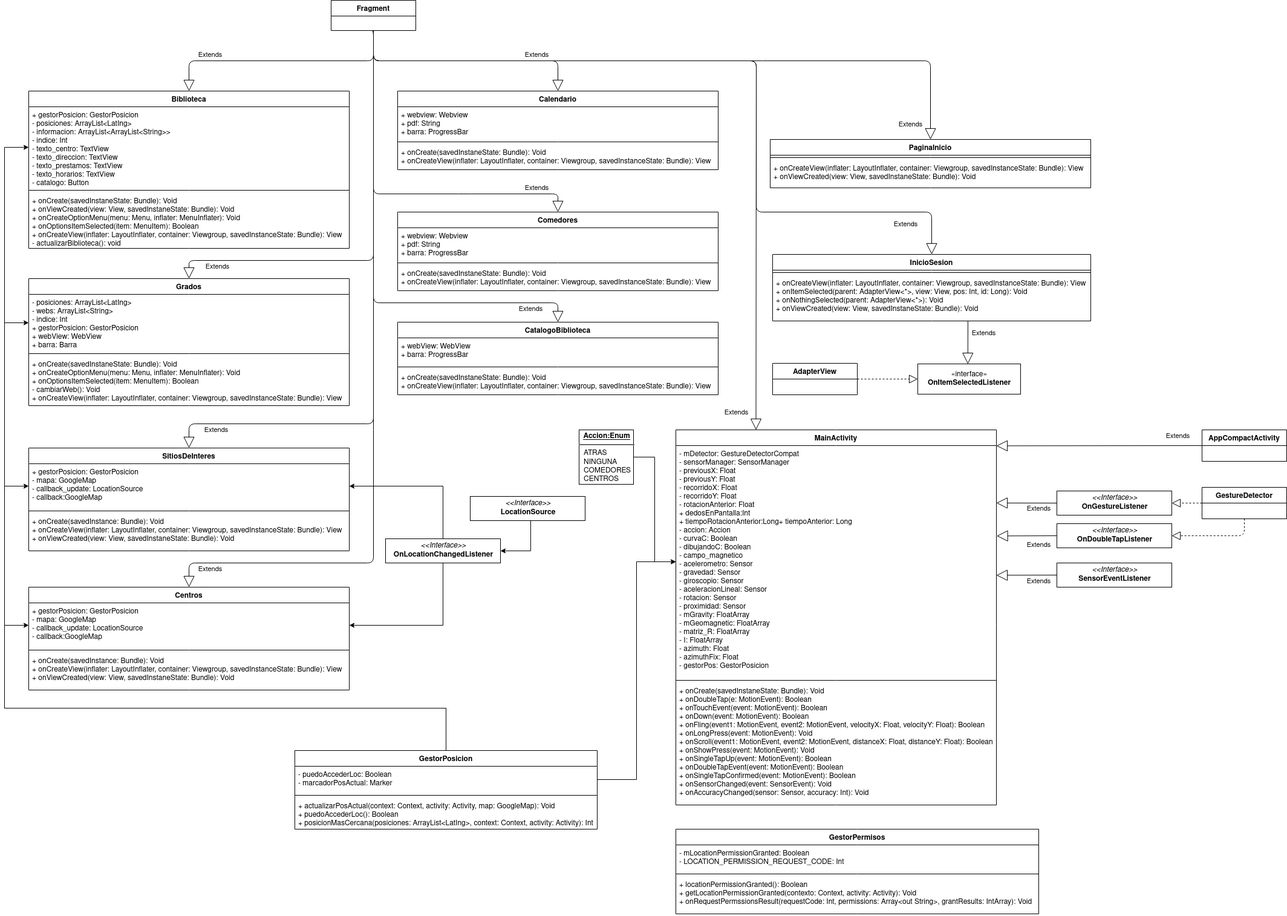
advy99/NPI keeps this draw.io diagram as memoria/images/GuiaEstudiantes.png. Above is the earlier version. Source tidied: cells renumbered, new cells last; positions are measured from the earlier drawing's top-left corner, leaving out a move shared by most shapes.
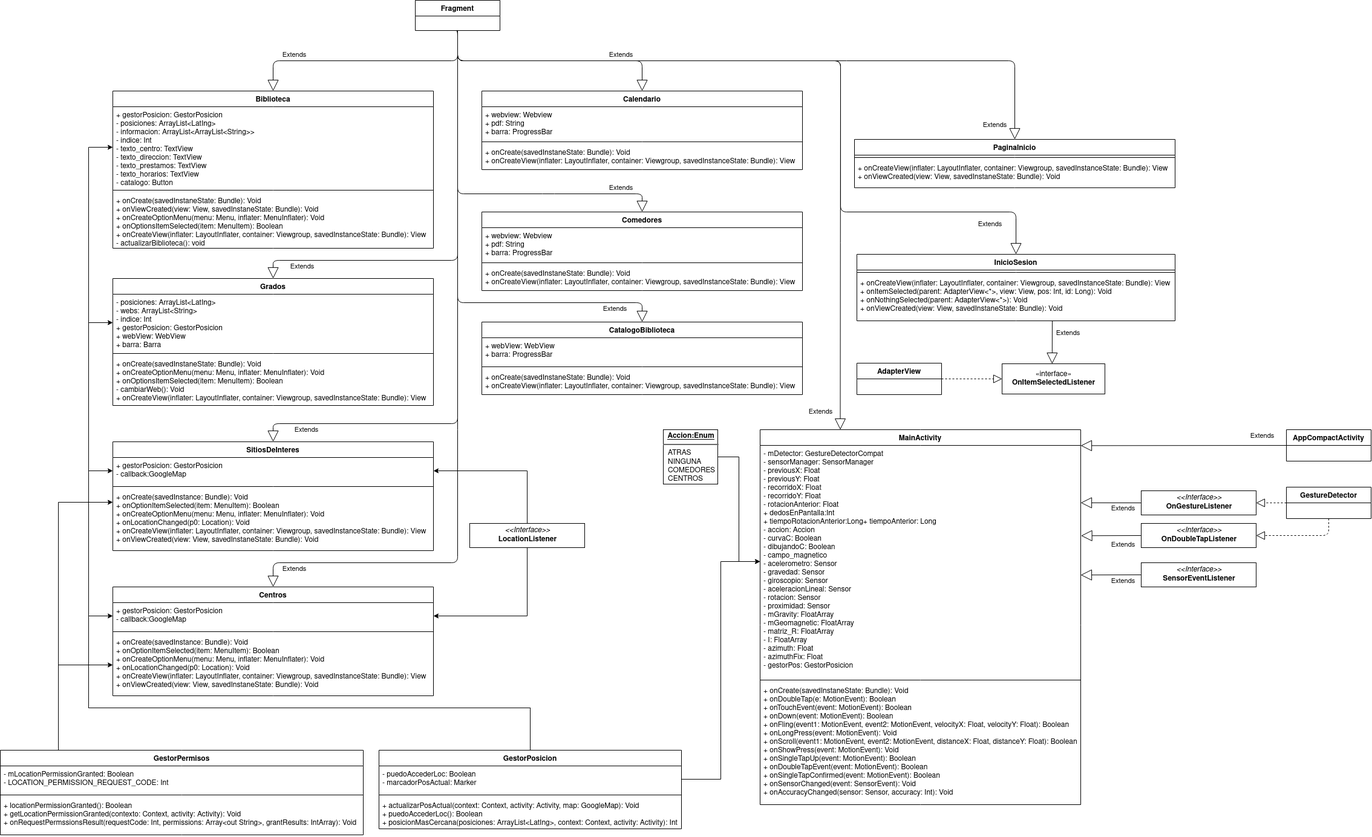
After the change.

Commit message:
Actualizado diagrama de clases

What changed in the source:
```diff
@@ -42,16 +42,16 @@
       <mxGeometry y="78" width="530" height="42" as="geometry" />
     </mxCell>
     <mxCell id="15" value="Centros" style="swimlane;fontStyle=1;align=center;verticalAlign=top;horizontal=1;startSize=26;" parent="1" vertex="1">
-      <mxGeometry x="40" y="970" width="530" height="170" as="geometry" />
+      <mxGeometry x="40" y="970" width="530" height="180" as="geometry" />
     </mxCell>
-    <mxCell id="16" value="+ gestorPosicion: GestorPosicion&#10;- mapa: GoogleMap&#10;- callback_update: LocationSource&#10;- callback:GoogleMap&#10;" style="text;strokeColor=none;fillColor=none;align=left;verticalAlign=top;spacingLeft=4;spacingRight=4;overflow=hidden;points=[[0,0.5],[1,0.5]];portConstraint=eastwest;" parent="15" vertex="1">
-      <mxGeometry y="26" width="530" height="74" as="geometry" />
+    <mxCell id="16" value="+ gestorPosicion: GestorPosicion&#10;- callback:GoogleMap" style="text;strokeColor=none;fillColor=none;align=left;verticalAlign=top;spacingLeft=4;spacingRight=4;overflow=hidden;points=[[0,0.5],[1,0.5]];portConstraint=eastwest;" parent="15" vertex="1">
+      <mxGeometry y="26" width="530" height="44" as="geometry" />
     </mxCell>
     <mxCell id="17" style="line;strokeWidth=1;fillColor=none;align=left;verticalAlign=middle;spacingTop=-1;spacingLeft=3;spacingRight=3;labelPosition=right;" parent="15" vertex="1">
-      <mxGeometry y="100" width="530" height="8" as="geometry" />
+      <mxGeometry y="70" width="530" height="8" as="geometry" />
     </mxCell>
-    <mxCell id="18" value="+ onCreate(savedInstance: Bundle): Void&#10;+ onCreateView(inflater: LayoutInflater, container: Viewgroup, savedInstanceState: Bundle): View&#10;+ onViewCreated(view: View, savedInstaneState: Bundle): Void" style="text;strokeColor=none;fillColor=none;align=left;verticalAlign=top;spacingLeft=4;spacingRight=4;overflow=hidden;points=[[0,0.5],[1,0.5]];portConstraint=eastwest;" parent="15" vertex="1">
-      <mxGeometry y="108" width="530" height="62" as="geometry" />
+    <mxCell id="18" value="+ onCreate(savedInstance: Bundle): Void&#10;+ onOptionItemSelected(item: MenuItem): Boolean&#10;+ onCreateOptionMenu(menu: Menu, inflater: MenuInflater): Void&#10;+ onLocationChanged(p0: Location): Void&#10;+ onCreateView(inflater: LayoutInflater, container: Viewgroup, savedInstanceState: Bundle): View&#10;+ onViewCreated(view: View, savedInstaneState: Bundle): Void" style="text;strokeColor=none;fillColor=none;align=left;verticalAlign=top;spacingLeft=4;spacingRight=4;overflow=hidden;points=[[0,0.5],[1,0.5]];portConstraint=eastwest;" parent="15" vertex="1">
+      <mxGeometry y="78" width="530" height="102" as="geometry" />
     </mxCell>
     <mxCell id="19" value="Comedores" style="swimlane;fontStyle=1;align=center;verticalAlign=top;horizontal=1;startSize=26;" parent="1" vertex="1">
       <mxGeometry x="650" y="350" width="530" height="130" as="geometry" />
@@ -65,8 +65,15 @@
     <mxCell id="22" value="+ onCreate(savedInstaneState: Bundle): Void&#10;+ onCreateView(inflater: LayoutInflater, container: Viewgroup, savedInstanceState: Bundle): View" style="text;strokeColor=none;fillColor=none;align=left;verticalAlign=top;spacingLeft=4;spacingRight=4;overflow=hidden;" parent="19" vertex="1">
       <mxGeometry y="88" width="530" height="42" as="geometry" />
     </mxCell>
+    <mxCell id="86" style="edgeStyle=orthogonalEdgeStyle;rounded=0;jettySize=auto;html=1;" parent="1" edge="1" source="23" target="18">
+      <mxGeometry relative="1" as="geometry">
+        <Array as="points">
+          <mxPoint x="-50" y="1099" />
+        </Array>
+      </mxGeometry>
+    </mxCell>
     <mxCell id="23" value="GestorPermisos" style="swimlane;fontStyle=1;align=center;verticalAlign=top;horizontal=1;startSize=26;" parent="1" vertex="1">
-      <mxGeometry x="1110" y="1370" width="600" height="140" as="geometry" />
+      <mxGeometry x="-146" y="1240" width="600" height="140" as="geometry" />
     </mxCell>
     <mxCell id="24" value="- mLocationPermissionGranted: Boolean&#10;- LOCATION_PERMISSION_REQUEST_CODE: Int&#10;" style="text;strokeColor=none;fillColor=none;align=left;verticalAlign=top;spacingLeft=4;spacingRight=4;overflow=hidden;" parent="23" vertex="1">
       <mxGeometry y="26" width="600" height="44" as="geometry" />
@@ -82,7 +89,7 @@
         <Array as="points">
           <mxPoint x="730" y="1170" />
           <mxPoint y="1170" />
-          <mxPoint y="1033" />
+          <mxPoint y="1018" />
         </Array>
       </mxGeometry>
     </mxCell>
@@ -152,21 +159,9 @@
     <mxCell id="49" style="edgeStyle=orthogonalEdgeStyle;rounded=0;jettySize=auto;html=1;" parent="1" edge="1" source="50" target="62">
       <mxGeometry relative="1" as="geometry" />
     </mxCell>
-    <mxCell id="50" value="&lt;p style=&quot;margin: 0px ; margin-top: 4px ; text-align: center&quot;&gt;&lt;i&gt;&amp;lt;&amp;lt;Interface&amp;gt;&amp;gt;&lt;/i&gt;&lt;br&gt;&lt;b&gt;OnLocationChangedListener&lt;br&gt;&lt;/b&gt;&lt;/p&gt;&lt;hr size=&quot;1&quot;&gt;&lt;p style=&quot;margin: 0px ; margin-left: 4px&quot;&gt;&lt;br&gt;&lt;br&gt;&lt;/p&gt;&lt;hr size=&quot;1&quot;&gt;&lt;p style=&quot;margin: 0px ; margin-left: 4px&quot;&gt;&lt;br&gt;&lt;/p&gt;" style="verticalAlign=top;align=left;overflow=fill;fontSize=12;fontFamily=Helvetica;html=1;" parent="1" vertex="1">
-      <mxGeometry x="630" y="890" width="190" height="40" as="geometry" />
+    <mxCell id="50" value="&lt;p style=&quot;margin: 0px ; margin-top: 4px ; text-align: center&quot;&gt;&lt;i&gt;&amp;lt;&amp;lt;Interface&amp;gt;&amp;gt;&lt;/i&gt;&lt;br&gt;&lt;b&gt;LocationListener&lt;br&gt;&lt;/b&gt;&lt;/p&gt;&lt;hr size=&quot;1&quot;&gt;&lt;p style=&quot;margin: 0px ; margin-left: 4px&quot;&gt;&lt;br&gt;&lt;br&gt;&lt;/p&gt;&lt;hr size=&quot;1&quot;&gt;&lt;p style=&quot;margin: 0px ; margin-left: 4px&quot;&gt;&lt;br&gt;&lt;/p&gt;" style="verticalAlign=top;align=left;overflow=fill;fontSize=12;fontFamily=Helvetica;html=1;" parent="1" vertex="1">
+      <mxGeometry x="630" y="865" width="190" height="40" as="geometry" />
     </mxCell>
-    <mxCell id="51" style="edgeStyle=orthogonalEdgeStyle;rounded=0;jettySize=auto;html=1;entryX=1;entryY=0.5;entryDx=0;entryDy=0;" parent="1" edge="1" target="50">
-      <mxGeometry relative="1" as="geometry">
-        <mxPoint x="855" y="860" as="sourcePoint" />
-        <Array as="points">
-          <mxPoint x="870" y="860" />
-          <mxPoint x="870" y="910" />
-        </Array>
-      </mxGeometry>
-    </mxCell>
-    <mxCell id="52" value="&lt;p style=&quot;margin: 0px ; margin-top: 4px ; text-align: center&quot;&gt;&lt;i&gt;&amp;lt;&amp;lt;Interface&amp;gt;&amp;gt;&lt;/i&gt;&lt;br&gt;&lt;b&gt;LocationSource&lt;br&gt;&lt;/b&gt;&lt;/p&gt;&lt;hr size=&quot;1&quot;&gt;&lt;p style=&quot;margin: 0px ; margin-left: 4px&quot;&gt;&lt;br&gt;&lt;br&gt;&lt;/p&gt;&lt;hr size=&quot;1&quot;&gt;&lt;p style=&quot;margin: 0px ; margin-left: 4px&quot;&gt;&lt;br&gt;&lt;/p&gt;" style="verticalAlign=top;align=left;overflow=fill;fontSize=12;fontFamily=Helvetica;html=1;" parent="1" vertex="1">
-      <mxGeometry x="770" y="820" width="190" height="40" as="geometry" />
-    </mxCell>
     <mxCell id="53" value="AppCompactActivity" style="swimlane;fontStyle=1;horizontal=1;startSize=26;fillColor=none;" parent="1" vertex="1">
       <mxGeometry x="1980" y="710" width="140" height="52" as="geometry" />
     </mxCell>
@@ -192,16 +187,16 @@
       <mxGeometry y="34" width="530" height="46" as="geometry" />
     </mxCell>
     <mxCell id="61" value="SitiosDeInteres" style="swimlane;fontStyle=1;align=center;verticalAlign=top;horizontal=1;startSize=26;" parent="1" vertex="1">
-      <mxGeometry x="40" y="740" width="530" height="170" as="geometry" />
+      <mxGeometry x="40" y="730" width="530" height="180" as="geometry" />
     </mxCell>
-    <mxCell id="62" value="+ gestorPosicion: GestorPosicion&#10;- mapa: GoogleMap&#10;- callback_update: LocationSource&#10;- callback:GoogleMap&#10;&#10;&#10;" style="text;strokeColor=none;fillColor=none;align=left;verticalAlign=top;spacingLeft=4;spacingRight=4;overflow=hidden;points=[[0,0.5],[1,0.5]];portConstraint=eastwest;" parent="61" vertex="1">
-      <mxGeometry y="26" width="530" height="74" as="geometry" />
+    <mxCell id="62" value="+ gestorPosicion: GestorPosicion&#10;- callback:GoogleMap&#10;&#10;" style="text;strokeColor=none;fillColor=none;align=left;verticalAlign=top;spacingLeft=4;spacingRight=4;overflow=hidden;points=[[0,0.5],[1,0.5]];portConstraint=eastwest;" parent="61" vertex="1">
+      <mxGeometry y="26" width="530" height="44" as="geometry" />
     </mxCell>
     <mxCell id="63" style="line;strokeWidth=1;fillColor=none;align=left;verticalAlign=middle;spacingTop=-1;spacingLeft=3;spacingRight=3;labelPosition=right;" parent="61" vertex="1">
-      <mxGeometry y="100" width="530" height="8" as="geometry" />
+      <mxGeometry y="70" width="530" height="8" as="geometry" />
     </mxCell>
-    <mxCell id="64" value="+ onCreate(savedInstance: Bundle): Void&#10;+ onCreateView(inflater: LayoutInflater, container: Viewgroup, savedInstanceState: Bundle): View&#10;+ onViewCreated(view: View, savedInstaneState: Bundle): Void" style="text;strokeColor=none;fillColor=none;align=left;verticalAlign=top;spacingLeft=4;spacingRight=4;overflow=hidden;points=[[0,0.5],[1,0.5]];portConstraint=eastwest;" parent="61" vertex="1">
-      <mxGeometry y="108" width="530" height="62" as="geometry" />
+    <mxCell id="64" value="+ onCreate(savedInstance: Bundle): Void&#10;+ onOptionItemSelected(item: MenuItem): Boolean&#10;+ onCreateOptionMenu(menu: Menu, inflater: MenuInflater): Void&#10;+ onLocationChanged(p0: Location): Void&#10;+ onCreateView(inflater: LayoutInflater, container: Viewgroup, savedInstanceState: Bundle): View&#10;+ onViewCreated(view: View, savedInstaneState: Bundle): Void" style="text;strokeColor=none;fillColor=none;align=left;verticalAlign=top;spacingLeft=4;spacingRight=4;overflow=hidden;points=[[0,0.5],[1,0.5]];portConstraint=eastwest;" parent="61" vertex="1">
+      <mxGeometry y="78" width="530" height="102" as="geometry" />
     </mxCell>
     <mxCell id="65" value="Extends" style="endArrow=block;endSize=16;endFill=0;html=1;entryX=0.487;entryY=0.003;entryDx=0;entryDy=0;exitX=0.614;exitY=1.005;exitDx=0;exitDy=0;exitPerimeter=0;entryPerimeter=0;" parent="1" edge="1" source="38" target="39">
       <mxGeometry x="-0.42" y="26" relative="1" as="geometry" />
@@ -347,7 +342,7 @@
         <Array as="points">
           <mxPoint x="730" y="1170" />
           <mxPoint y="1170" />
-          <mxPoint y="803" />
+          <mxPoint y="778" />
         </Array>
       </mxGeometry>
     </mxCell>
@@ -371,5 +366,13 @@
         </Array>
       </mxGeometry>
     </mxCell>
+    <mxCell id="87" style="edgeStyle=orthogonalEdgeStyle;rounded=0;jettySize=auto;html=1;entryX=0;entryY=0.216;entryDx=0;entryDy=0;entryPerimeter=0;exitX=0.25;exitY=0;exitDx=0;exitDy=0;" parent="1" edge="1" source="23" target="64">
+      <mxGeometry relative="1" as="geometry">
+        <Array as="points">
+          <mxPoint x="-50" y="1240" />
+          <mxPoint x="-50" y="830" />
+        </Array>
+      </mxGeometry>
+    </mxCell>
   </root>
 </mxGraphModel>
```
